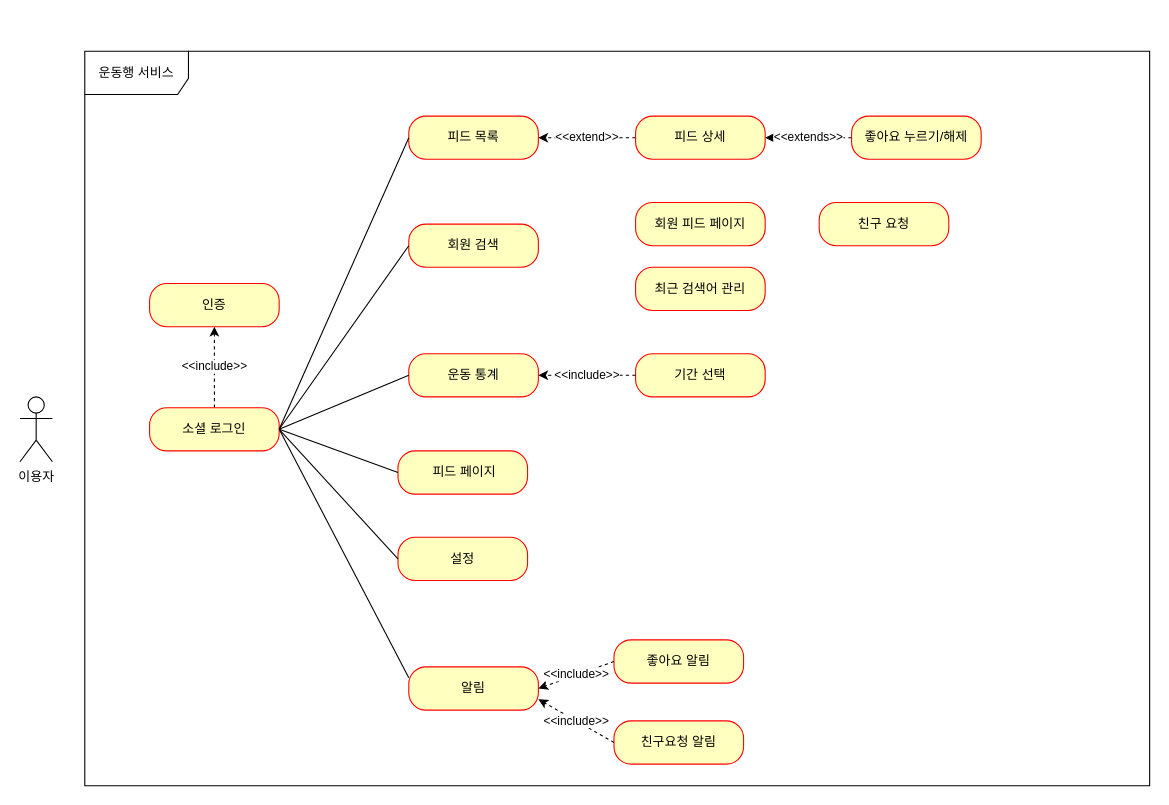
Earlier version of the draw.io diagram document/제목 없는 다이어그램.drawio (Fit-With/Fit-With-Backend). Source tidied: cells renumbered, new cells numbered last; positions are measured from the earlier drawing's top-left corner, leaving out a move shared by most shapes. Both pictures are drawn from the tidied source at 108%, with x=0, y=0 at pixel (19, 51).
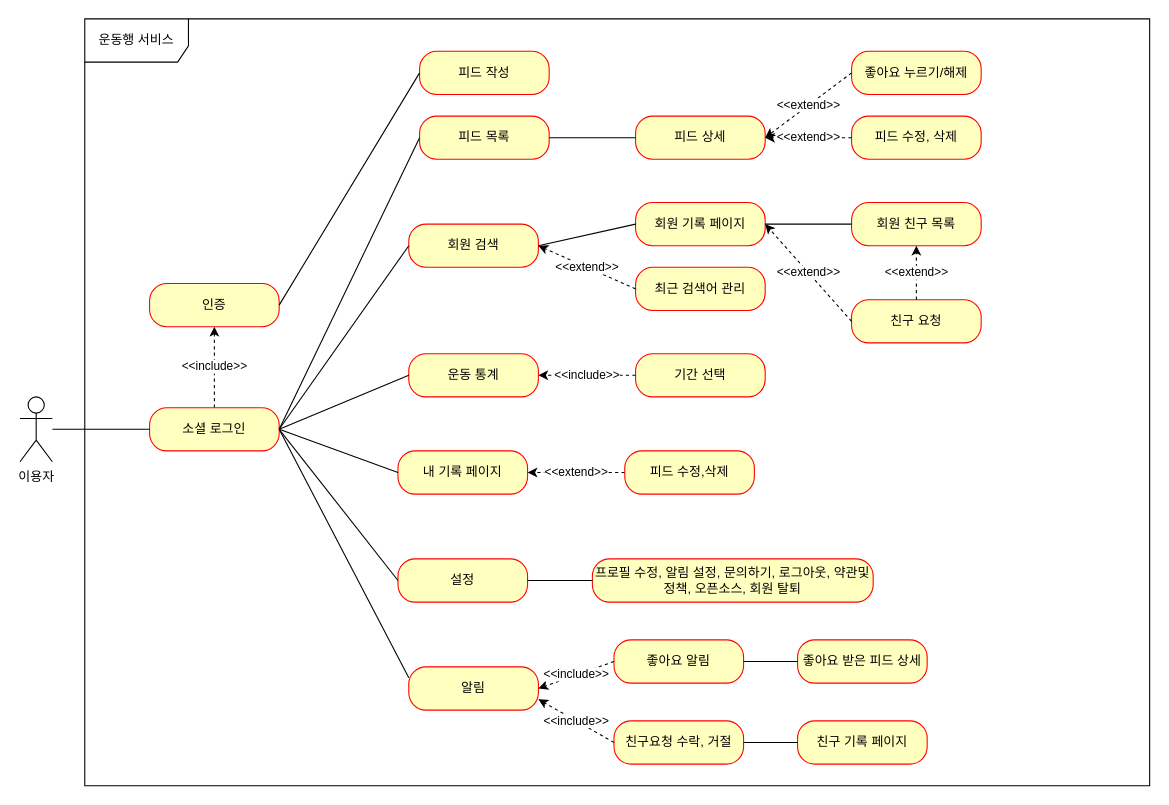
The same page after the edit.

The change refers to these unchanged cells:
```xml
<mxCell id="2" value="이용자" style="shape=umlActor;verticalLabelPosition=bottom;verticalAlign=top;html=1;" parent="1" vertex="1">
  <mxGeometry y="320" width="30" height="60" as="geometry" />
</mxCell>
<mxCell id="6" value="인증" style="rounded=1;whiteSpace=wrap;html=1;arcSize=40;fontColor=#000000;fillColor=#ffffc0;strokeColor=#ff0000;" parent="1" vertex="1">
  <mxGeometry x="120" y="215" width="120" height="40" as="geometry" />
</mxCell>
<mxCell id="8" value="회원 검색" style="rounded=1;whiteSpace=wrap;html=1;arcSize=40;fontColor=#000000;fillColor=#ffffc0;strokeColor=#ff0000;" parent="1" vertex="1">
  <mxGeometry x="360" y="160" width="120" height="40" as="geometry" />
</mxCell>
<mxCell id="14" value="피드 상세" style="rounded=1;whiteSpace=wrap;html=1;arcSize=40;fontColor=#000000;fillColor=#ffffc0;strokeColor=#ff0000;" parent="1" vertex="1">
  <mxGeometry x="570" y="60" width="120" height="40" as="geometry" />
</mxCell>
<mxCell id="25" value="최근 검색어 관리" style="rounded=1;whiteSpace=wrap;html=1;arcSize=40;fontColor=#000000;fillColor=#ffffc0;strokeColor=#ff0000;" parent="1" vertex="1">
  <mxGeometry x="570" y="200" width="120" height="40" as="geometry" />
</mxCell>
<mxCell id="29" value="좋아요 알림" style="rounded=1;whiteSpace=wrap;html=1;arcSize=40;fontColor=#000000;fillColor=#ffffc0;strokeColor=#ff0000;" parent="1" vertex="1">
  <mxGeometry x="550" y="545" width="120" height="40" as="geometry" />
</mxCell>
```

What changed in the source:
```diff
@@
     <mxCell id="3" value="운동행 서비스" style="shape=umlFrame;whiteSpace=wrap;html=1;fillColor=none;width=96;height=40;" parent="1" vertex="1">
-      <mxGeometry x="60" width="986" height="680" as="geometry" />
+      <mxGeometry x="60" y="-30" width="986" height="710" as="geometry" />
     </mxCell>
@@
     <mxCell id="7" value="피드 목록" style="rounded=1;whiteSpace=wrap;html=1;arcSize=40;fontColor=#000000;fillColor=#ffffc0;strokeColor=#ff0000;" parent="1" vertex="1">
-      <mxGeometry x="360" y="60" width="120" height="40" as="geometry" />
+      <mxGeometry x="370" y="60" width="120" height="40" as="geometry" />
     </mxCell>
@@
-    <mxCell id="10" value="&amp;nbsp;피드 페이지" style="rounded=1;whiteSpace=wrap;html=1;arcSize=40;fontColor=#000000;fillColor=#ffffc0;strokeColor=#ff0000;" parent="1" vertex="1">
+    <mxCell id="10" value="내 기록 페이지" style="rounded=1;whiteSpace=wrap;html=1;arcSize=40;fontColor=#000000;fillColor=#ffffc0;strokeColor=#ff0000;" parent="1" vertex="1">
       <mxGeometry x="350" y="370" width="120" height="40" as="geometry" />
     </mxCell>
@@
     <mxCell id="12" value="설정" style="rounded=1;whiteSpace=wrap;html=1;arcSize=40;fontColor=#000000;fillColor=#ffffc0;strokeColor=#ff0000;" parent="1" vertex="1">
-      <mxGeometry x="350" y="450" width="120" height="40" as="geometry" />
+      <mxGeometry x="350" y="470" width="120" height="40" as="geometry" />
     </mxCell>
-    <mxCell id="13" value="&amp;lt;&amp;lt;extend&amp;gt;&amp;gt;" style="edgeStyle=orthogonalEdgeStyle;rounded=0;jettySize=auto;html=1;exitX=0;exitY=0.5;exitDx=0;exitDy=0;entryX=1;entryY=0.5;entryDx=0;entryDy=0;dashed=1;" parent="1" edge="1" source="14" target="7">
-      <mxGeometry relative="1" as="geometry">
-        <Array as="points">
-          <mxPoint x="510" y="80" />
-          <mxPoint x="510" y="80" />
-        </Array>
-      </mxGeometry>
-    </mxCell>
@@
     <mxCell id="22" value="좋아요 누르기/해제" style="rounded=1;whiteSpace=wrap;html=1;arcSize=40;fontColor=#000000;fillColor=#ffffc0;strokeColor=#ff0000;" parent="1" vertex="1">
-      <mxGeometry x="770" y="60" width="120" height="40" as="geometry" />
+      <mxGeometry x="770" width="120" height="40" as="geometry" />
     </mxCell>
-    <mxCell id="23" value="&amp;lt;&amp;lt;extends&amp;gt;&amp;gt;" style="endArrow=classic;html=1;rounded=0;dashed=1;exitX=0;exitY=0.5;exitDx=0;exitDy=0;entryX=1;entryY=0.5;entryDx=0;entryDy=0;" parent="1" edge="1" source="22" target="14">
-      <mxGeometry relative="1" as="geometry">
-        <Array as="points">
-          <mxPoint x="710" y="80" />
-        </Array>
-      </mxGeometry>
+    <mxCell id="23" value="&amp;lt;&amp;lt;extend&amp;gt;&amp;gt;" style="endArrow=classic;html=1;rounded=0;dashed=1;exitX=0;exitY=0.5;exitDx=0;exitDy=0;entryX=1;entryY=0.5;entryDx=0;entryDy=0;" parent="1" edge="1" source="22" target="14">
+      <mxGeometry relative="1" as="geometry" />
     </mxCell>
-    <mxCell id="24" value="회원 피드 페이지" style="rounded=1;whiteSpace=wrap;html=1;arcSize=40;fontColor=#000000;fillColor=#ffffc0;strokeColor=#ff0000;" parent="1" vertex="1">
+    <mxCell id="24" value="회원 기록 페이지" style="rounded=1;whiteSpace=wrap;html=1;arcSize=40;fontColor=#000000;fillColor=#ffffc0;strokeColor=#ff0000;" parent="1" vertex="1">
       <mxGeometry x="570" y="140" width="120" height="40" as="geometry" />
     </mxCell>
@@
-    <mxCell id="26" value="친구 요청" style="rounded=1;whiteSpace=wrap;html=1;arcSize=40;fontColor=#000000;fillColor=#ffffc0;strokeColor=#ff0000;" parent="1" vertex="1">
-      <mxGeometry x="740" y="140" width="120" height="40" as="geometry" />
+    <mxCell id="26" value="회원 친구 목록" style="rounded=1;whiteSpace=wrap;html=1;arcSize=40;fontColor=#000000;fillColor=#ffffc0;strokeColor=#ff0000;" parent="1" vertex="1">
+      <mxGeometry x="770" y="140" width="120" height="40" as="geometry" />
     </mxCell>
@@
-    <mxCell id="30" value="친구요청 알림" style="rounded=1;whiteSpace=wrap;html=1;arcSize=40;fontColor=#000000;fillColor=#ffffc0;strokeColor=#ff0000;" parent="1" vertex="1">
+    <mxCell id="30" value="친구요청 수락, 거절" style="rounded=1;whiteSpace=wrap;html=1;arcSize=40;fontColor=#000000;fillColor=#ffffc0;strokeColor=#ff0000;" parent="1" vertex="1">
       <mxGeometry x="550" y="620" width="120" height="40" as="geometry" />
     </mxCell>
@@
+    <mxCell id="33" value="친구 요청" style="rounded=1;whiteSpace=wrap;html=1;arcSize=40;fontColor=#000000;fillColor=#ffffc0;strokeColor=#ff0000;" parent="1" vertex="1">
+      <mxGeometry x="770" y="230" width="120" height="40" as="geometry" />
+    </mxCell>
+    <mxCell id="34" style="endArrow=none;html=1;rounded=0;exitX=1;exitY=0.5;exitDx=0;exitDy=0;entryX=0;entryY=0.5;entryDx=0;entryDy=0;" parent="1" edge="1" source="7" target="14">
+      <mxGeometry relative="1" as="geometry" />
+    </mxCell>
+    <mxCell id="35" style="endArrow=none;html=1;rounded=0;entryX=0;entryY=0.5;entryDx=0;entryDy=0;exitX=1;exitY=0.5;exitDx=0;exitDy=0;" parent="1" edge="1" source="8" target="24">
+      <mxGeometry relative="1" as="geometry" />
+    </mxCell>
+    <mxCell id="36" value="&amp;lt;&amp;lt;extend&amp;gt;&amp;gt;&lt;br&gt;" style="endArrow=classic;html=1;rounded=0;entryX=1;entryY=0.5;entryDx=0;entryDy=0;exitX=0;exitY=0.5;exitDx=0;exitDy=0;dashed=1;" parent="1" edge="1" source="25" target="8">
+      <mxGeometry relative="1" as="geometry" />
+    </mxCell>
+    <mxCell id="37" style="endArrow=none;html=1;rounded=0;entryX=0;entryY=0.5;entryDx=0;entryDy=0;exitX=1;exitY=0.5;exitDx=0;exitDy=0;" parent="1" edge="1" source="24" target="26">
+      <mxGeometry relative="1" as="geometry" />
+    </mxCell>
+    <mxCell id="38" value="&amp;lt;&amp;lt;extend&amp;gt;&amp;gt;" style="endArrow=classic;html=1;rounded=0;entryX=0.5;entryY=1;entryDx=0;entryDy=0;exitX=0.5;exitY=0;exitDx=0;exitDy=0;dashed=1;" parent="1" edge="1" source="33" target="26">
+      <mxGeometry relative="1" as="geometry" />
+    </mxCell>
+    <mxCell id="39" value="&amp;lt;&amp;lt;extend&amp;gt;&amp;gt;" style="endArrow=classic;html=1;rounded=0;dashed=1;entryX=1;entryY=0.5;entryDx=0;entryDy=0;exitX=0;exitY=0.5;exitDx=0;exitDy=0;" parent="1" edge="1" source="33" target="24">
+      <mxGeometry relative="1" as="geometry" />
+    </mxCell>
+    <mxCell id="40" style="edgeStyle=orthogonalEdgeStyle;rounded=0;orthogonalLoop=1;jettySize=auto;html=1;exitX=0.5;exitY=1;exitDx=0;exitDy=0;dashed=1;" parent="1" edge="1" source="10" target="10">
+      <mxGeometry relative="1" as="geometry" />
+    </mxCell>
+    <mxCell id="41" style="endArrow=none;html=1;rounded=0;" parent="1" edge="1" source="2">
+      <mxGeometry relative="1" as="geometry">
+        <mxPoint x="120" y="350" as="targetPoint" />
+      </mxGeometry>
+    </mxCell>
+    <mxCell id="42" value="피드 작성" style="rounded=1;whiteSpace=wrap;html=1;arcSize=40;fontColor=#000000;fillColor=#ffffc0;strokeColor=#ff0000;" parent="1" vertex="1">
+      <mxGeometry x="370" width="120" height="40" as="geometry" />
+    </mxCell>
+    <mxCell id="43" style="endArrow=none;html=1;rounded=0;entryX=0;entryY=0.5;entryDx=0;entryDy=0;exitX=1;exitY=0.5;exitDx=0;exitDy=0;" parent="1" edge="1" source="6" target="42">
+      <mxGeometry relative="1" as="geometry" />
+    </mxCell>
+    <mxCell id="13" value="&amp;lt;&amp;lt;extend&amp;gt;&amp;gt;" style="edgeStyle=orthogonalEdgeStyle;rounded=0;jettySize=auto;html=1;exitX=0;exitY=0.5;exitDx=0;exitDy=0;entryX=1;entryY=0.5;entryDx=0;entryDy=0;dashed=1;" parent="1" edge="1" source="44" target="10">
+      <mxGeometry relative="1" as="geometry" />
+    </mxCell>
+    <mxCell id="44" value="피드 수정,삭제" style="rounded=1;whiteSpace=wrap;html=1;arcSize=40;fontColor=#000000;fillColor=#ffffc0;strokeColor=#ff0000;" parent="1" vertex="1">
+      <mxGeometry x="560" y="370" width="120" height="40" as="geometry" />
+    </mxCell>
+    <mxCell id="45" value="피드 수정, 삭제" style="rounded=1;whiteSpace=wrap;html=1;arcSize=40;fontColor=#000000;fillColor=#ffffc0;strokeColor=#ff0000;" parent="1" vertex="1">
+      <mxGeometry x="770" y="60" width="120" height="40" as="geometry" />
+    </mxCell>
+    <mxCell id="46" value="&amp;lt;&amp;lt;extend&amp;gt;&amp;gt;" style="endArrow=classic;html=1;rounded=0;exitX=0;exitY=0.5;exitDx=0;exitDy=0;dashed=1;" parent="1" edge="1" source="45">
+      <mxGeometry relative="1" as="geometry">
+        <mxPoint x="690" y="80" as="targetPoint" />
+      </mxGeometry>
+    </mxCell>
+    <mxCell id="47" value="좋아요 받은 피드 상세" style="rounded=1;whiteSpace=wrap;html=1;arcSize=40;fontColor=#000000;fillColor=#ffffc0;strokeColor=#ff0000;" parent="1" vertex="1">
+      <mxGeometry x="720" y="545" width="120" height="40" as="geometry" />
+    </mxCell>
+    <mxCell id="48" value="친구 기록 페이지" style="rounded=1;whiteSpace=wrap;html=1;arcSize=40;fontColor=#000000;fillColor=#ffffc0;strokeColor=#ff0000;" parent="1" vertex="1">
+      <mxGeometry x="720" y="620" width="120" height="40" as="geometry" />
+    </mxCell>
+    <mxCell id="49" style="endArrow=none;html=1;rounded=0;entryX=0;entryY=0.5;entryDx=0;entryDy=0;exitX=1;exitY=0.5;exitDx=0;exitDy=0;" parent="1" edge="1" source="29" target="47">
+      <mxGeometry relative="1" as="geometry" />
+    </mxCell>
+    <mxCell id="50" style="endArrow=none;html=1;rounded=0;entryX=0;entryY=0.5;entryDx=0;entryDy=0;exitX=1;exitY=0.5;exitDx=0;exitDy=0;" parent="1" edge="1" source="30" target="48">
+      <mxGeometry relative="1" as="geometry" />
+    </mxCell>
+    <mxCell id="51" value="프로필 수정, 알림 설정, 문의하기, 로그아웃, 약관및 정책, 오픈소스, 회원 탈퇴" style="rounded=1;whiteSpace=wrap;html=1;arcSize=40;fontColor=#000000;fillColor=#ffffc0;strokeColor=#ff0000;" parent="1" vertex="1">
+      <mxGeometry x="530" y="470" width="260" height="40" as="geometry" />
+    </mxCell>
+    <mxCell id="52" style="endArrow=none;html=1;rounded=0;entryX=0;entryY=0.5;entryDx=0;entryDy=0;exitX=1;exitY=0.5;exitDx=0;exitDy=0;" parent="1" edge="1" source="12" target="51">
+      <mxGeometry relative="1" as="geometry" />
+    </mxCell>
```
